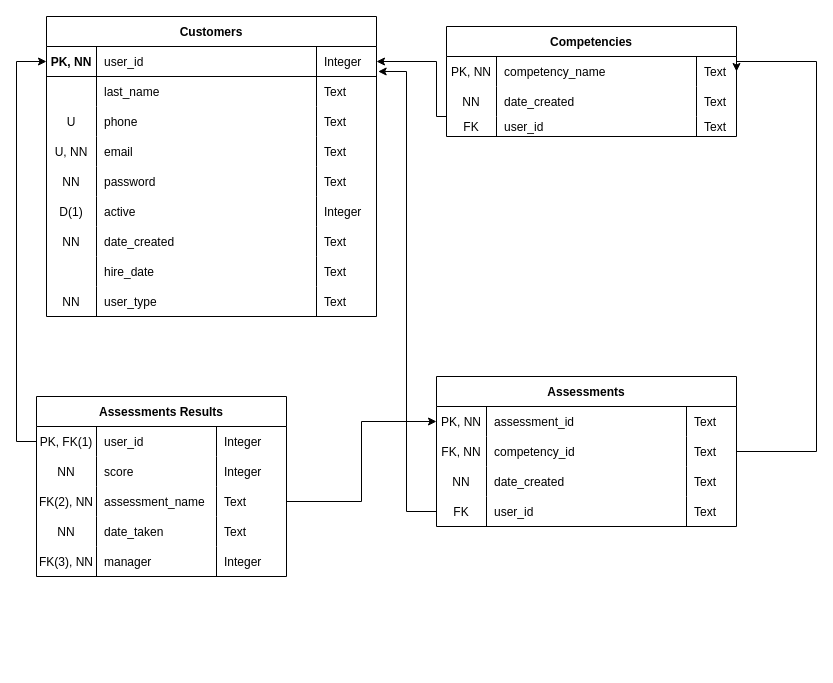
Above: TheRanch.drawio in tanyahamner/Cohort5Foundations (draw.io), before the change. Source tidied: cells renumbered, new cells numbered last; positions are measured from the earlier drawing's top-left corner, leaving out a move shared by most shapes. Both pictures are drawn from the tidied source at 100%, with x=0, y=0 at pixel (36, 16).
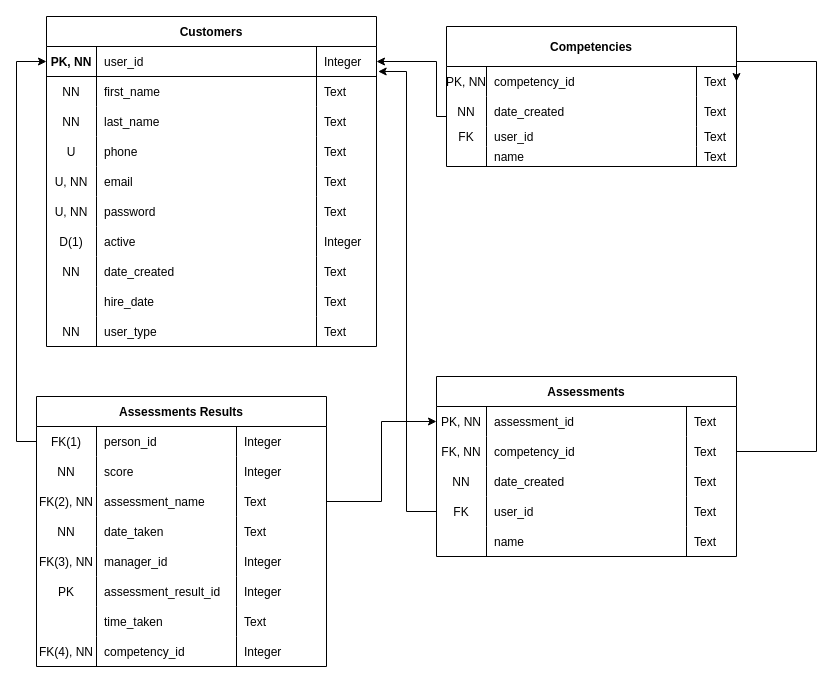
The same diagram, later.

What changed in the source:
```diff
@@
-    <mxCell id="2" value="Competencies" style="shape=table;startSize=30;childLayout=tableLayout;rowLines=0;fontStyle=1;align=center;" parent="1" vertex="1">
-      <mxGeometry x="410" y="10" width="290" height="110" as="geometry" />
+    <mxCell id="2" value="Competencies" style="shape=table;startSize=40;childLayout=tableLayout;rowLines=0;fontStyle=1;align=center;" parent="1" vertex="1">
+      <mxGeometry x="410" y="10" width="290" height="140" as="geometry" />
     </mxCell>
     <mxCell id="3" style="shape=partialRectangle;fillColor=none;points=[[0,0.5],[1,0.5]];portConstraint=eastwest;top=0;left=0;right=0;bottom=0;" parent="2" vertex="1">
-      <mxGeometry y="30" width="290" height="30" as="geometry" />
+      <mxGeometry y="40" width="290" height="30" as="geometry" />
     </mxCell>
     <mxCell id="4" value="PK, NN" style="shape=partialRectangle;overflow=hidden;fillColor=none;top=0;left=0;bottom=0;right=0;" parent="3" vertex="1">
-      <mxGeometry width="50" height="30" as="geometry" />
+      <mxGeometry width="40" height="30" as="geometry" />
     </mxCell>
-    <mxCell id="5" value="competency_name" style="shape=partialRectangle;overflow=hidden;fillColor=none;top=0;left=0;bottom=0;right=0;align=left;spacingLeft=6;" parent="3" vertex="1">
-      <mxGeometry x="50" width="200" height="30" as="geometry" />
+    <mxCell id="5" value="competency_id" style="shape=partialRectangle;overflow=hidden;fillColor=none;top=0;left=0;bottom=0;right=0;align=left;spacingLeft=6;" parent="3" vertex="1">
+      <mxGeometry x="40" width="210" height="30" as="geometry" />
     </mxCell>
@@
     <mxCell id="7" style="shape=partialRectangle;fillColor=none;top=0;left=0;right=0;bottom=0;" parent="2" vertex="1">
-      <mxGeometry y="60" width="290" height="30" as="geometry" />
+      <mxGeometry y="70" width="290" height="30" as="geometry" />
     </mxCell>
     <mxCell id="8" value="NN" style="shape=partialRectangle;overflow=hidden;fillColor=none;top=0;left=0;bottom=0;right=0;" parent="7" vertex="1">
-      <mxGeometry width="50" height="30" as="geometry" />
+      <mxGeometry width="40" height="30" as="geometry" />
     </mxCell>
     <mxCell id="9" value="date_created" style="shape=partialRectangle;overflow=hidden;fillColor=none;top=0;left=0;bottom=0;right=0;align=left;spacingLeft=6;" parent="7" vertex="1">
-      <mxGeometry x="50" width="200" height="30" as="geometry" />
+      <mxGeometry x="40" width="210" height="30" as="geometry" />
     </mxCell>
@@
     <mxCell id="11" style="shape=partialRectangle;fillColor=none;points=[[0,0.5],[1,0.5]];portConstraint=eastwest;top=0;left=0;right=0;bottom=0;" parent="2" vertex="1">
-      <mxGeometry y="90" width="290" height="20" as="geometry" />
+      <mxGeometry y="100" width="290" height="20" as="geometry" />
     </mxCell>
     <mxCell id="12" value="FK" style="shape=partialRectangle;overflow=hidden;fillColor=none;top=0;left=0;bottom=0;right=0;" parent="11" vertex="1">
-      <mxGeometry width="50" height="20" as="geometry" />
+      <mxGeometry width="40" height="20" as="geometry" />
     </mxCell>
     <mxCell id="13" value="user_id" style="shape=partialRectangle;overflow=hidden;fillColor=none;top=0;left=0;bottom=0;right=0;align=left;spacingLeft=6;" parent="11" vertex="1">
-      <mxGeometry x="50" width="200" height="20" as="geometry" />
+      <mxGeometry x="40" width="210" height="20" as="geometry" />
     </mxCell>
@@
+    <mxCell id="95" style="shape=partialRectangle;fillColor=none;top=0;left=0;right=0;bottom=0;" parent="2" vertex="1">
+      <mxGeometry y="120" width="290" height="20" as="geometry" />
+    </mxCell>
+    <mxCell id="96" value="    " style="shape=partialRectangle;overflow=hidden;fillColor=none;top=0;left=0;bottom=0;right=0;" parent="95" vertex="1">
+      <mxGeometry width="40" height="20" as="geometry" />
+    </mxCell>
+    <mxCell id="97" value="name   " style="shape=partialRectangle;overflow=hidden;fillColor=none;top=0;left=0;bottom=0;right=0;align=left;spacingLeft=6;" parent="95" vertex="1">
+      <mxGeometry x="40" width="210" height="20" as="geometry" />
+    </mxCell>
+    <mxCell id="98" value="Text" style="shape=partialRectangle;overflow=hidden;fillColor=none;top=0;left=0;bottom=0;right=0;align=left;spacingLeft=6;" parent="95" vertex="1">
+      <mxGeometry x="250" width="40" height="20" as="geometry" />
+    </mxCell>
     <mxCell id="15" value="Assessments" style="shape=table;startSize=30;childLayout=tableLayout;rowLines=0;fontStyle=1;align=center;" parent="1" vertex="1">
-      <mxGeometry x="400" y="360" width="300" height="150" as="geometry" />
+      <mxGeometry x="400" y="360" width="300" height="180" as="geometry" />
     </mxCell>
@@
+    <mxCell id="99" style="shape=partialRectangle;fillColor=none;top=0;left=0;right=0;bottom=0;" parent="15" vertex="1">
+      <mxGeometry y="150" width="300" height="30" as="geometry" />
+    </mxCell>
+    <mxCell id="100" style="shape=partialRectangle;overflow=hidden;fillColor=none;top=0;left=0;bottom=0;right=0;" parent="99" vertex="1">
+      <mxGeometry width="50" height="30" as="geometry" />
+    </mxCell>
+    <mxCell id="101" value="name   " style="shape=partialRectangle;overflow=hidden;fillColor=none;top=0;left=0;bottom=0;right=0;align=left;spacingLeft=6;" parent="99" vertex="1">
+      <mxGeometry x="50" width="200" height="30" as="geometry" />
+    </mxCell>
+    <mxCell id="102" value="Text" style="shape=partialRectangle;overflow=hidden;fillColor=none;top=0;left=0;bottom=0;right=0;align=left;spacingLeft=6;" parent="99" vertex="1">
+      <mxGeometry x="250" width="50" height="30" as="geometry" />
+    </mxCell>
     <mxCell id="32" value="Customers" style="shape=table;startSize=30;childLayout=tableLayout;rowLines=0;fontStyle=1;align=center;" parent="1" vertex="1">
-      <mxGeometry x="10" width="330" height="300" as="geometry" />
+      <mxGeometry x="10" width="330" height="330" as="geometry" />
     </mxCell>
@@
+    <mxCell id="103" style="shape=partialRectangle;fillColor=none;top=0;left=0;right=0;bottom=0;" parent="32" vertex="1">
+      <mxGeometry y="60" width="330" height="30" as="geometry" />
+    </mxCell>
+    <mxCell id="104" value="NN" style="shape=partialRectangle;overflow=hidden;fillColor=none;top=0;left=0;bottom=0;right=0;" parent="103" vertex="1">
+      <mxGeometry width="50" height="30" as="geometry" />
+    </mxCell>
+    <mxCell id="105" value="first_name" style="shape=partialRectangle;overflow=hidden;fillColor=none;top=0;left=0;bottom=0;right=0;align=left;spacingLeft=6;" parent="103" vertex="1">
+      <mxGeometry x="50" width="220" height="30" as="geometry" />
+    </mxCell>
+    <mxCell id="106" value="Text" style="shape=partialRectangle;overflow=hidden;fillColor=none;top=0;left=0;bottom=0;right=0;align=left;spacingLeft=6;" parent="103" vertex="1">
+      <mxGeometry x="270" width="60" height="30" as="geometry" />
+    </mxCell>
     <mxCell id="37" style="shape=partialRectangle;fillColor=none;top=0;left=0;right=0;bottom=0;" parent="32" vertex="1">
-      <mxGeometry y="60" width="330" height="30" as="geometry" />
+      <mxGeometry y="90" width="330" height="30" as="geometry" />
     </mxCell>
-    <mxCell id="38" style="shape=partialRectangle;overflow=hidden;fillColor=none;top=0;left=0;bottom=0;right=0;" parent="37" vertex="1">
+    <mxCell id="38" value="NN" style="shape=partialRectangle;overflow=hidden;fillColor=none;top=0;left=0;bottom=0;right=0;" parent="37" vertex="1">
       <mxGeometry width="50" height="30" as="geometry" />
     </mxCell>
@@
     <mxCell id="41" style="shape=partialRectangle;fillColor=none;top=0;left=0;right=0;bottom=0;" parent="32" vertex="1">
-      <mxGeometry y="90" width="330" height="30" as="geometry" />
+      <mxGeometry y="120" width="330" height="30" as="geometry" />
     </mxCell>
@@
     <mxCell id="45" style="shape=partialRectangle;fillColor=none;top=0;left=0;right=0;bottom=0;" parent="32" vertex="1">
-      <mxGeometry y="120" width="330" height="30" as="geometry" />
+      <mxGeometry y="150" width="330" height="30" as="geometry" />
     </mxCell>
@@
     <mxCell id="49" style="shape=partialRectangle;fillColor=none;top=0;left=0;right=0;bottom=0;" parent="32" vertex="1">
-      <mxGeometry y="150" width="330" height="30" as="geometry" />
+      <mxGeometry y="180" width="330" height="30" as="geometry" />
     </mxCell>
-    <mxCell id="50" value="NN" style="shape=partialRectangle;overflow=hidden;fillColor=none;top=0;left=0;bottom=0;right=0;" parent="49" vertex="1">
+    <mxCell id="50" value="U, NN" style="shape=partialRectangle;overflow=hidden;fillColor=none;top=0;left=0;bottom=0;right=0;" parent="49" vertex="1">
       <mxGeometry width="50" height="30" as="geometry" />
     </mxCell>
@@
     <mxCell id="53" style="shape=partialRectangle;fillColor=none;top=0;left=0;right=0;bottom=0;" parent="32" vertex="1">
-      <mxGeometry y="180" width="330" height="30" as="geometry" />
+      <mxGeometry y="210" width="330" height="30" as="geometry" />
     </mxCell>
@@
     <mxCell id="57" style="shape=partialRectangle;fillColor=none;top=0;left=0;right=0;bottom=0;" parent="32" vertex="1">
-      <mxGeometry y="210" width="330" height="30" as="geometry" />
+      <mxGeometry y="240" width="330" height="30" as="geometry" />
     </mxCell>
@@
     <mxCell id="61" style="shape=partialRectangle;fillColor=none;top=0;left=0;right=0;bottom=0;" parent="32" vertex="1">
-      <mxGeometry y="240" width="330" height="30" as="geometry" />
+      <mxGeometry y="270" width="330" height="30" as="geometry" />
     </mxCell>
@@
     <mxCell id="65" style="shape=partialRectangle;fillColor=none;top=0;left=0;right=0;bottom=0;" parent="32" vertex="1">
-      <mxGeometry y="270" width="330" height="30" as="geometry" />
+      <mxGeometry y="300" width="330" height="30" as="geometry" />
     </mxCell>
@@
     <mxCell id="69" value="Assessments Results" style="shape=table;startSize=30;childLayout=tableLayout;rowLines=0;fontStyle=1;align=center;" parent="1" vertex="1">
-      <mxGeometry y="380" width="250" height="180" as="geometry" />
+      <mxGeometry y="380" width="290" height="270" as="geometry" />
     </mxCell>
     <mxCell id="70" style="shape=partialRectangle;fillColor=none;points=[[0,0.5],[1,0.5]];portConstraint=eastwest;top=0;left=0;right=0;bottom=0;" parent="69" vertex="1">
-      <mxGeometry y="30" width="250" height="30" as="geometry" />
+      <mxGeometry y="30" width="290" height="30" as="geometry" />
     </mxCell>
-    <mxCell id="71" value="PK, FK(1)" style="shape=partialRectangle;overflow=hidden;fillColor=none;top=0;left=0;bottom=0;right=0;" parent="70" vertex="1">
+    <mxCell id="71" value="FK(1)" style="shape=partialRectangle;overflow=hidden;fillColor=none;top=0;left=0;bottom=0;right=0;" parent="70" vertex="1">
       <mxGeometry width="60" height="30" as="geometry" />
     </mxCell>
-    <mxCell id="72" value="user_id" style="shape=partialRectangle;overflow=hidden;fillColor=none;top=0;left=0;bottom=0;right=0;align=left;spacingLeft=6;" parent="70" vertex="1">
-      <mxGeometry x="60" width="120" height="30" as="geometry" />
+    <mxCell id="72" value="person_id" style="shape=partialRectangle;overflow=hidden;fillColor=none;top=0;left=0;bottom=0;right=0;align=left;spacingLeft=6;" parent="70" vertex="1">
+      <mxGeometry x="60" width="140" height="30" as="geometry" />
     </mxCell>
     <mxCell id="73" value="Integer" style="shape=partialRectangle;overflow=hidden;fillColor=none;top=0;left=0;bottom=0;right=0;align=left;spacingLeft=6;" parent="70" vertex="1">
-      <mxGeometry x="180" width="70" height="30" as="geometry" />
+      <mxGeometry x="200" width="90" height="30" as="geometry" />
     </mxCell>
     <mxCell id="74" style="shape=partialRectangle;fillColor=none;top=0;left=0;right=0;bottom=0;" parent="69" vertex="1">
-      <mxGeometry y="60" width="250" height="30" as="geometry" />
+      <mxGeometry y="60" width="290" height="30" as="geometry" />
     </mxCell>
@@
     <mxCell id="76" value="score" style="shape=partialRectangle;overflow=hidden;fillColor=none;top=0;left=0;bottom=0;right=0;align=left;spacingLeft=6;" parent="74" vertex="1">
-      <mxGeometry x="60" width="120" height="30" as="geometry" />
+      <mxGeometry x="60" width="140" height="30" as="geometry" />
     </mxCell>
     <mxCell id="77" value="Integer" style="shape=partialRectangle;overflow=hidden;fillColor=none;top=0;left=0;bottom=0;right=0;align=left;spacingLeft=6;" parent="74" vertex="1">
-      <mxGeometry x="180" width="70" height="30" as="geometry" />
+      <mxGeometry x="200" width="90" height="30" as="geometry" />
     </mxCell>
     <mxCell id="78" style="shape=partialRectangle;fillColor=none;points=[[0,0.5],[1,0.5]];portConstraint=eastwest;top=0;left=0;right=0;bottom=0;" parent="69" vertex="1">
-      <mxGeometry y="90" width="250" height="30" as="geometry" />
+      <mxGeometry y="90" width="290" height="30" as="geometry" />
     </mxCell>
@@
     <mxCell id="80" value="assessment_name" style="shape=partialRectangle;overflow=hidden;fillColor=none;top=0;left=0;bottom=0;right=0;align=left;spacingLeft=6;" parent="78" vertex="1">
-      <mxGeometry x="60" width="120" height="30" as="geometry" />
+      <mxGeometry x="60" width="140" height="30" as="geometry" />
     </mxCell>
     <mxCell id="81" value="Text" style="shape=partialRectangle;overflow=hidden;fillColor=none;top=0;left=0;bottom=0;right=0;align=left;spacingLeft=6;" parent="78" vertex="1">
-      <mxGeometry x="180" width="70" height="30" as="geometry" />
+      <mxGeometry x="200" width="90" height="30" as="geometry" />
     </mxCell>
     <mxCell id="82" style="shape=partialRectangle;fillColor=none;top=0;left=0;right=0;bottom=0;" parent="69" vertex="1">
-      <mxGeometry y="120" width="250" height="30" as="geometry" />
+      <mxGeometry y="120" width="290" height="30" as="geometry" />
     </mxCell>
@@
     <mxCell id="84" value="date_taken" style="shape=partialRectangle;overflow=hidden;fillColor=none;top=0;left=0;bottom=0;right=0;align=left;spacingLeft=6;" parent="82" vertex="1">
-      <mxGeometry x="60" width="120" height="30" as="geometry" />
+      <mxGeometry x="60" width="140" height="30" as="geometry" />
     </mxCell>
     <mxCell id="85" value="Text" style="shape=partialRectangle;overflow=hidden;fillColor=none;top=0;left=0;bottom=0;right=0;align=left;spacingLeft=6;" parent="82" vertex="1">
-      <mxGeometry x="180" width="70" height="30" as="geometry" />
+      <mxGeometry x="200" width="90" height="30" as="geometry" />
     </mxCell>
     <mxCell id="86" style="shape=partialRectangle;fillColor=none;top=0;left=0;right=0;bottom=0;" parent="69" vertex="1">
-      <mxGeometry y="150" width="250" height="30" as="geometry" />
+      <mxGeometry y="150" width="290" height="30" as="geometry" />
     </mxCell>
@@
-    <mxCell id="88" value="manager" style="shape=partialRectangle;overflow=hidden;fillColor=none;top=0;left=0;bottom=0;right=0;align=left;spacingLeft=6;" parent="86" vertex="1">
-      <mxGeometry x="60" width="120" height="30" as="geometry" />
+    <mxCell id="88" value="manager_id" style="shape=partialRectangle;overflow=hidden;fillColor=none;top=0;left=0;bottom=0;right=0;align=left;spacingLeft=6;" parent="86" vertex="1">
+      <mxGeometry x="60" width="140" height="30" as="geometry" />
     </mxCell>
     <mxCell id="89" value="Integer" style="shape=partialRectangle;overflow=hidden;fillColor=none;top=0;left=0;bottom=0;right=0;align=left;spacingLeft=6;" parent="86" vertex="1">
-      <mxGeometry x="180" width="70" height="30" as="geometry" />
+      <mxGeometry x="200" width="90" height="30" as="geometry" />
     </mxCell>
+    <mxCell id="107" style="shape=partialRectangle;fillColor=none;top=0;left=0;right=0;bottom=0;" parent="69" vertex="1">
+      <mxGeometry y="180" width="290" height="30" as="geometry" />
+    </mxCell>
+    <mxCell id="108" value="PK" style="shape=partialRectangle;overflow=hidden;fillColor=none;top=0;left=0;bottom=0;right=0;" parent="107" vertex="1">
+      <mxGeometry width="60" height="30" as="geometry" />
+    </mxCell>
+    <mxCell id="109" value="assessment_result_id" style="shape=partialRectangle;overflow=hidden;fillColor=none;top=0;left=0;bottom=0;right=0;align=left;spacingLeft=6;" parent="107" vertex="1">
+      <mxGeometry x="60" width="140" height="30" as="geometry" />
+    </mxCell>
+    <mxCell id="110" value="Integer" style="shape=partialRectangle;overflow=hidden;fillColor=none;top=0;left=0;bottom=0;right=0;align=left;spacingLeft=6;" parent="107" vertex="1">
+      <mxGeometry x="200" width="90" height="30" as="geometry" />
+    </mxCell>
+    <mxCell id="111" style="shape=partialRectangle;fillColor=none;top=0;left=0;right=0;bottom=0;" parent="69" vertex="1">
+      <mxGeometry y="210" width="290" height="30" as="geometry" />
+    </mxCell>
+    <mxCell id="112" style="shape=partialRectangle;overflow=hidden;fillColor=none;top=0;left=0;bottom=0;right=0;" parent="111" vertex="1">
+      <mxGeometry width="60" height="30" as="geometry" />
+    </mxCell>
+    <mxCell id="113" value="time_taken" style="shape=partialRectangle;overflow=hidden;fillColor=none;top=0;left=0;bottom=0;right=0;align=left;spacingLeft=6;" parent="111" vertex="1">
+      <mxGeometry x="60" width="140" height="30" as="geometry" />
+    </mxCell>
+    <mxCell id="114" value="Text" style="shape=partialRectangle;overflow=hidden;fillColor=none;top=0;left=0;bottom=0;right=0;align=left;spacingLeft=6;" parent="111" vertex="1">
+      <mxGeometry x="200" width="90" height="30" as="geometry" />
+    </mxCell>
+    <mxCell id="115" style="shape=partialRectangle;fillColor=none;top=0;left=0;right=0;bottom=0;" parent="69" vertex="1">
+      <mxGeometry y="240" width="290" height="30" as="geometry" />
+    </mxCell>
+    <mxCell id="116" value="FK(4), NN" style="shape=partialRectangle;overflow=hidden;fillColor=none;top=0;left=0;bottom=0;right=0;" parent="115" vertex="1">
+      <mxGeometry width="60" height="30" as="geometry" />
+    </mxCell>
+    <mxCell id="117" value="competency_id   " style="shape=partialRectangle;overflow=hidden;fillColor=none;top=0;left=0;bottom=0;right=0;align=left;spacingLeft=6;" parent="115" vertex="1">
+      <mxGeometry x="60" width="140" height="30" as="geometry" />
+    </mxCell>
+    <mxCell id="118" value="Integer" style="shape=partialRectangle;overflow=hidden;fillColor=none;top=0;left=0;bottom=0;right=0;align=left;spacingLeft=6;" parent="115" vertex="1">
+      <mxGeometry x="200" width="90" height="30" as="geometry" />
+    </mxCell>
```
